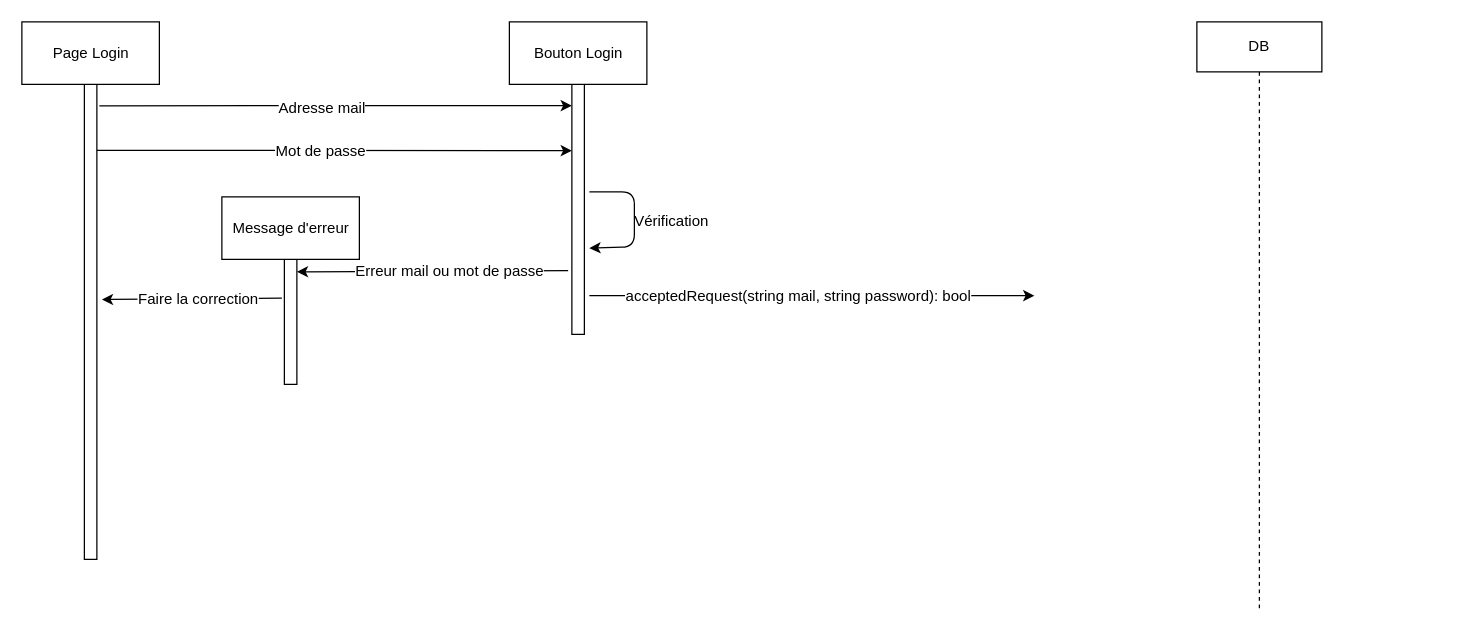
Before: Doc/Mockups/Diagramme de séquence.drawio in MathiasRenoult/Project-CSHARP-Chess, a draw.io diagram. Source tidied: cells renumbered, new cells numbered last; positions are measured from the earlier drawing's top-left corner, leaving out a move shared by most shapes. Both pictures are drawn from the tidied source at 125%, with x=0, y=0 at pixel (21, 21).
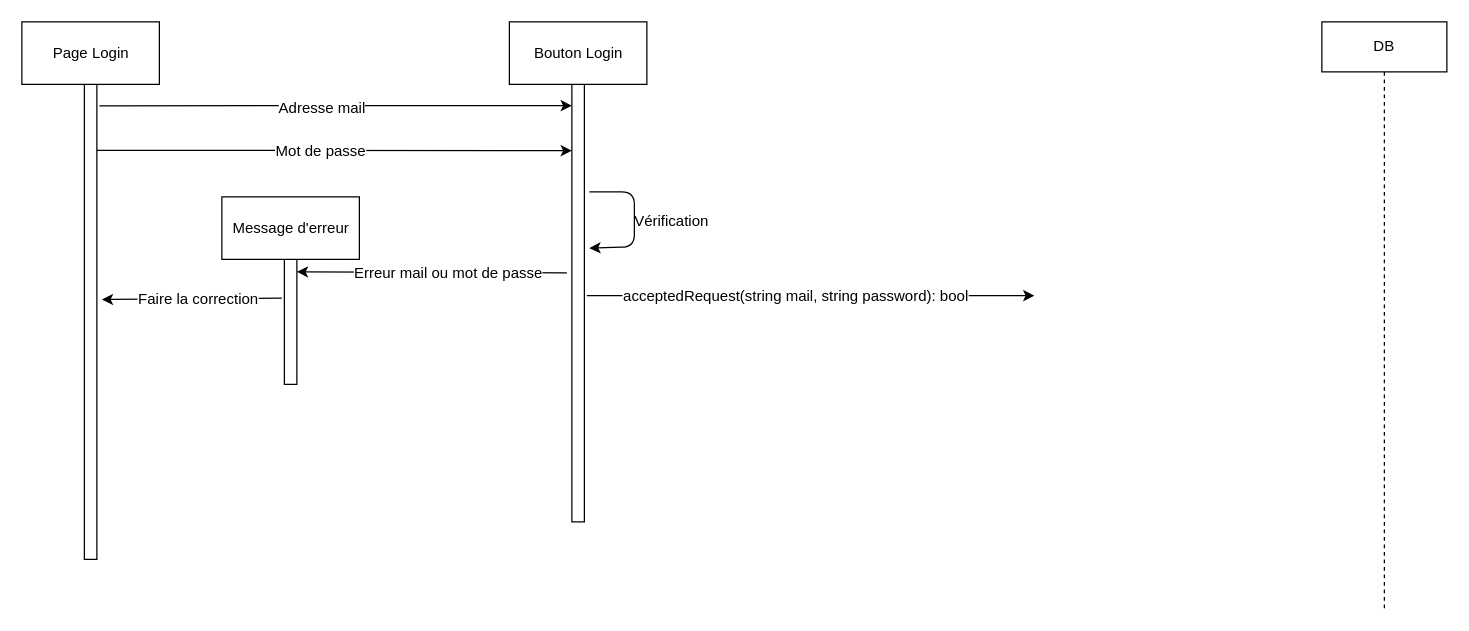
Above is the later version.

The edit, as a diff of the source:
```diff
@@
     <mxCell id="2" value="DB" style="shape=umlLifeline;perimeter=lifelinePerimeter;whiteSpace=wrap;html=1;" parent="1" vertex="1">
-      <mxGeometry x="940" width="100" height="470" as="geometry" />
+      <mxGeometry x="1040" width="100" height="470" as="geometry" />
     </mxCell>
@@
     <mxCell id="8" style="html=1;points=[];perimeter=orthogonalPerimeter;" parent="1" vertex="1">
-      <mxGeometry x="440" y="50" width="10" height="200" as="geometry" />
+      <mxGeometry x="440" y="50" width="10" height="350" as="geometry" />
     </mxCell>
@@
-    <mxCell id="13" style="endArrow=classic;html=1;exitX=1.4;exitY=0.845;exitDx=0;exitDy=0;exitPerimeter=0;" parent="1" edge="1" source="8">
+    <mxCell id="13" style="endArrow=classic;html=1;" parent="1" edge="1">
       <mxGeometry relative="1" as="geometry">
+        <mxPoint x="452" y="219" as="sourcePoint" />
         <mxPoint x="810" y="219" as="targetPoint" />
       </mxGeometry>
     </mxCell>
@@
-    <mxCell id="15" style="endArrow=classic;html=1;exitX=-0.3;exitY=0.745;exitDx=0;exitDy=0;exitPerimeter=0;" parent="1" edge="1" source="8">
+    <mxCell id="15" style="endArrow=classic;html=1;exitX=-0.4;exitY=0.431;exitDx=0;exitDy=0;exitPerimeter=0;" parent="1" edge="1" source="8">
       <mxGeometry relative="1" as="geometry">
         <mxPoint x="220" y="200" as="targetPoint" />
       </mxGeometry>
     </mxCell>
```
